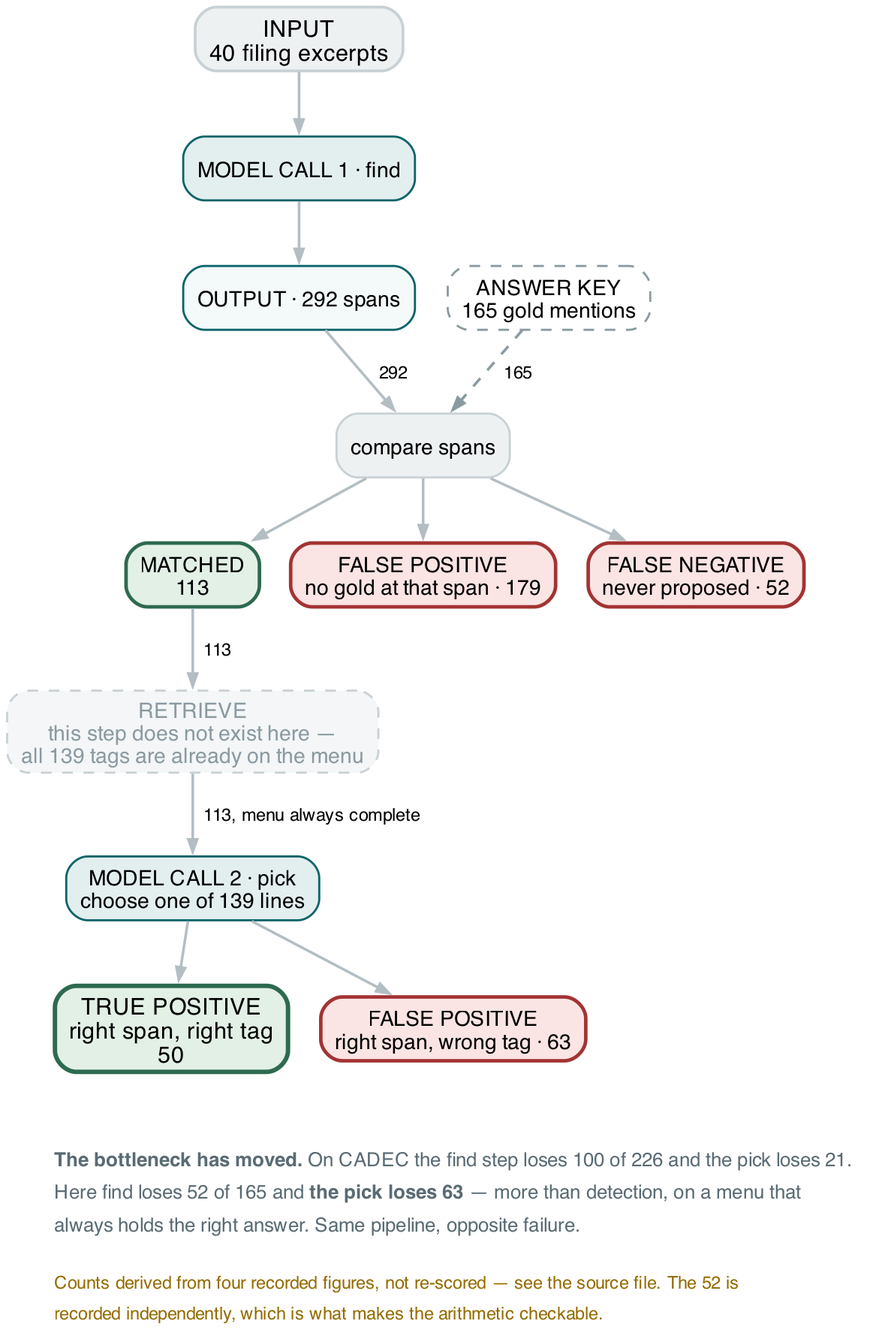
Above: docs/figures/fig12-finer-funnel.png in wbagais/reliability-ladder (Graphviz), before the change. Its source is kept beside it as docs/figures/fig12-finer-funnel.dot. Source of this version:
```dot
digraph finer_funnel {
  rankdir=TB; bgcolor="white";
  node [shape=box style="filled,rounded" fontname="Helvetica" fontsize=12
        color="#c8d1d5" penwidth=1.2];
  edge [color="#b3bec3" penwidth=1.5 arrowsize=0.7 fontname="Helvetica" fontsize=10];

  input [label="INPUT\n40 filing excerpts" fillcolor="#eef1f2" fontsize=13 penwidth=1.6];
  find  [label="MODEL CALL 1 · find" fillcolor="#e3eeef" color="#0c6469"];
  out1  [label="OUTPUT · 292 spans" fillcolor="#f4fafa" color="#0c6469"];
  key   [label="ANSWER KEY\n165 gold mentions" fillcolor="#ffffff" color="#8a9aa1"
         style="dashed,rounded"];
  cmp   [label="compare spans" fillcolor="#eef1f2"];

  found [label="MATCHED\n113" fillcolor="#e3f0e6" color="#2d6a4f" penwidth=2];
  fp1   [label="FALSE POSITIVE\nno gold at that span · 179" fillcolor="#fbe4e4" color="#a33333" penwidth=2];
  fn1   [label="FALSE NEGATIVE\nnever proposed · 52" fillcolor="#fbe4e4" color="#a33333" penwidth=2];

  ret   [label="RETRIEVE\nthis step does not exist here —\nall 139 tags are already on the menu"
         fillcolor="#f4f6f7" color="#c8d1d5" style="filled,rounded,dashed" fontcolor="#8a9aa1"];

  pick  [label="MODEL CALL 2 · pick\nchoose one of 139 lines" fillcolor="#e3eeef" color="#0c6469"];
  tp    [label="TRUE POSITIVE\nright span, right tag\n50" fillcolor="#e3f0e6" color="#2d6a4f" penwidth=2.5 fontsize=13];
  fp2   [label="FALSE POSITIVE\nright span, wrong tag · 63" fillcolor="#fbe4e4" color="#a33333" penwidth=2];

  input -> find -> out1;
  out1 -> cmp [label="  292"]; key -> cmp [label="  165  " style=dashed color="#8a9aa1"];
  cmp -> found; cmp -> fp1; cmp -> fn1;
  found -> ret [label="  113"];
  ret -> pick [label="  113, menu always complete"];
  pick -> tp; pick -> fp2;

  { rank=same; out1; key }
  { rank=same; fn1; found; fp1 }
  { rank=same; tp; fp2 }

  note [shape=plaintext style="" fillcolor="white"
        label=<<TABLE BORDER="0" CELLBORDER="0" CELLSPACING="0" CELLPADDING="3">
        <TR><TD ALIGN="LEFT"><FONT POINT-SIZE="11" COLOR="#5a6b73"><B>The bottleneck has moved.</B> On CADEC the find step loses 100 of 226 and the pick loses 21.</FONT></TD></TR>
        <TR><TD ALIGN="LEFT"><FONT POINT-SIZE="11" COLOR="#5a6b73">Here find loses 52 of 165 and <B>the pick loses 63</B> — more than detection, on a menu that</FONT></TD></TR>
        <TR><TD ALIGN="LEFT"><FONT POINT-SIZE="11" COLOR="#5a6b73">always holds the right answer. Same pipeline, opposite failure.</FONT></TD></TR>
        <TR><TD ALIGN="LEFT"><FONT POINT-SIZE="8"> </FONT></TD></TR>
        <TR><TD ALIGN="LEFT"><FONT POINT-SIZE="10.5" COLOR="#946c00">Counts derived from four recorded figures, not re-scored — see the source file. The 52 is</FONT></TD></TR>
        <TR><TD ALIGN="LEFT"><FONT POINT-SIZE="10.5" COLOR="#946c00">recorded independently, which is what makes the arithmetic checkable.</FONT></TD></TR>
        </TABLE>>];
  fp2 -> note [style=invis];
}
```
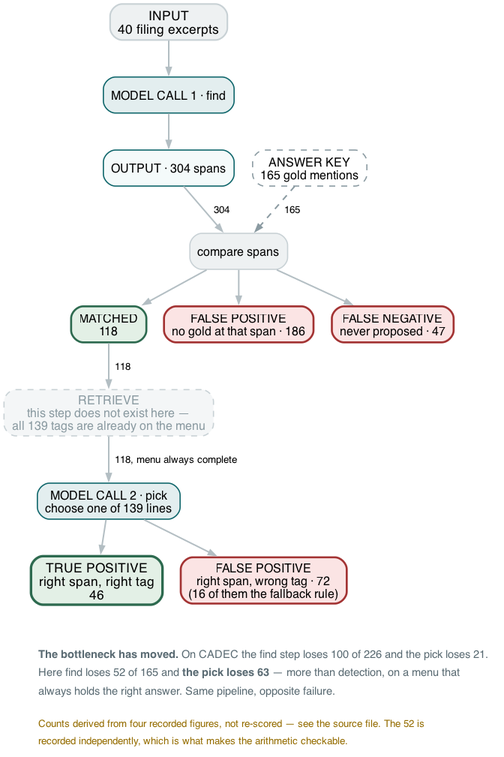
After the change.

Commit message:
fig 5: FiNER funnel measured from the base run, fallback lane named

The edit, as a diff of the source:
```diff
@@ -6,27 +6,27 @@
 
   input [label="INPUT\n40 filing excerpts" fillcolor="#eef1f2" fontsize=13 penwidth=1.6];
   find  [label="MODEL CALL 1 · find" fillcolor="#e3eeef" color="#0c6469"];
-  out1  [label="OUTPUT · 292 spans" fillcolor="#f4fafa" color="#0c6469"];
+  out1  [label="OUTPUT · 304 spans" fillcolor="#f4fafa" color="#0c6469"];
   key   [label="ANSWER KEY\n165 gold mentions" fillcolor="#ffffff" color="#8a9aa1"
          style="dashed,rounded"];
   cmp   [label="compare spans" fillcolor="#eef1f2"];
 
-  found [label="MATCHED\n113" fillcolor="#e3f0e6" color="#2d6a4f" penwidth=2];
-  fp1   [label="FALSE POSITIVE\nno gold at that span · 179" fillcolor="#fbe4e4" color="#a33333" penwidth=2];
-  fn1   [label="FALSE NEGATIVE\nnever proposed · 52" fillcolor="#fbe4e4" color="#a33333" penwidth=2];
+  found [label="MATCHED\n118" fillcolor="#e3f0e6" color="#2d6a4f" penwidth=2];
+  fp1   [label="FALSE POSITIVE\nno gold at that span · 186" fillcolor="#fbe4e4" color="#a33333" penwidth=2];
+  fn1   [label="FALSE NEGATIVE\nnever proposed · 47" fillcolor="#fbe4e4" color="#a33333" penwidth=2];
 
   ret   [label="RETRIEVE\nthis step does not exist here —\nall 139 tags are already on the menu"
          fillcolor="#f4f6f7" color="#c8d1d5" style="filled,rounded,dashed" fontcolor="#8a9aa1"];
 
   pick  [label="MODEL CALL 2 · pick\nchoose one of 139 lines" fillcolor="#e3eeef" color="#0c6469"];
-  tp    [label="TRUE POSITIVE\nright span, right tag\n50" fillcolor="#e3f0e6" color="#2d6a4f" penwidth=2.5 fontsize=13];
-  fp2   [label="FALSE POSITIVE\nright span, wrong tag · 63" fillcolor="#fbe4e4" color="#a33333" penwidth=2];
+  tp    [label="TRUE POSITIVE\nright span, right tag\n46" fillcolor="#e3f0e6" color="#2d6a4f" penwidth=2.5 fontsize=13];
+  fp2   [label="FALSE POSITIVE\nright span, wrong tag · 72\n(16 of them the fallback rule)" fillcolor="#fbe4e4" color="#a33333" penwidth=2];
 
   input -> find -> out1;
-  out1 -> cmp [label="  292"]; key -> cmp [label="  165  " style=dashed color="#8a9aa1"];
+  out1 -> cmp [label="  304"]; key -> cmp [label="  165  " style=dashed color="#8a9aa1"];
   cmp -> found; cmp -> fp1; cmp -> fn1;
-  found -> ret [label="  113"];
-  ret -> pick [label="  113, menu always complete"];
+  found -> ret [label="  118"];
+  ret -> pick [label="  118, menu always complete"];
   pick -> tp; pick -> fp2;
 
   { rank=same; out1; key }
```
